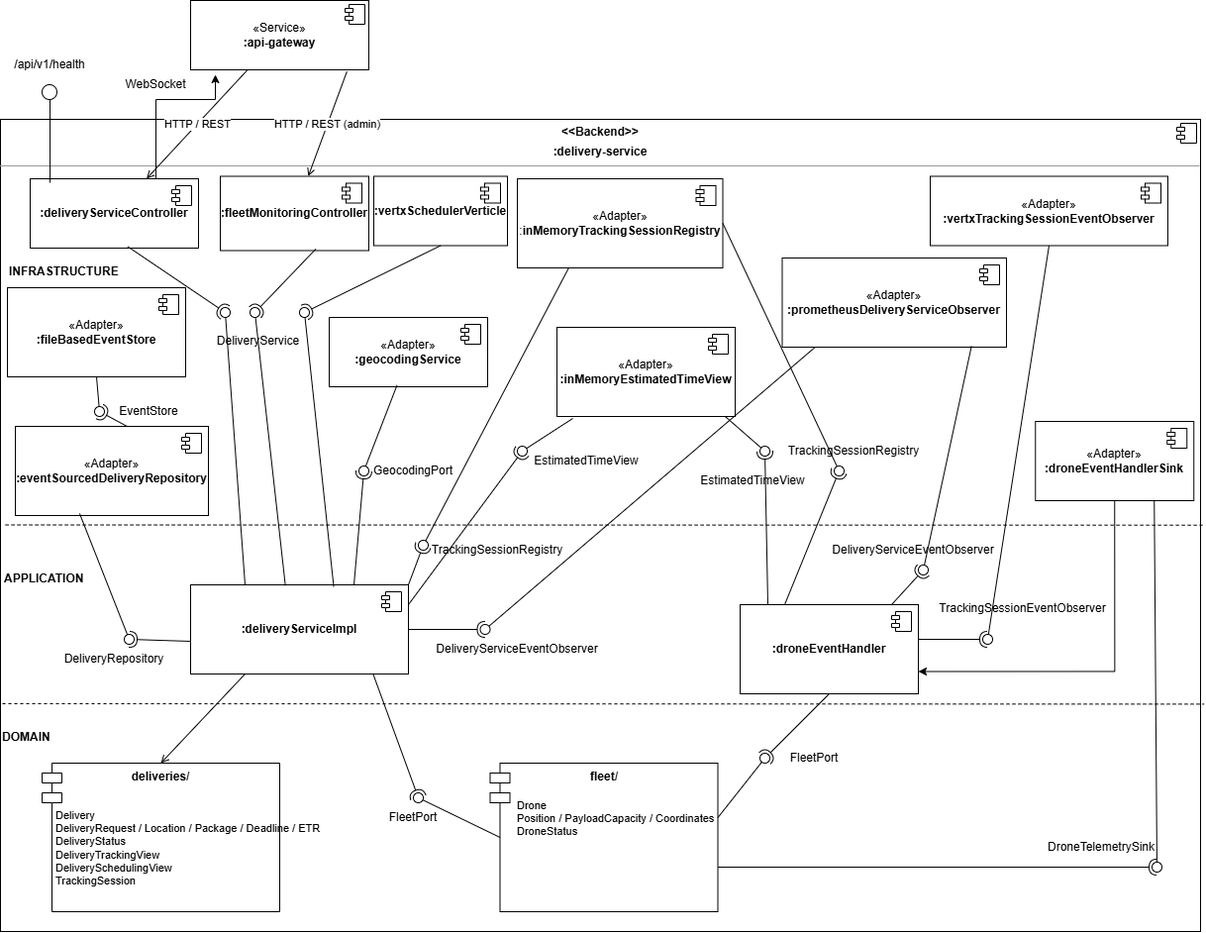
Earlier version of the draw.io export doc/delivery_service_v2.drawio.png (MarcoMoro10/SAP-Assignment2). Source tidied: cells renumbered, new cells last; positions are measured from the earlier drawing's top-left corner, leaving out a move shared by most shapes.
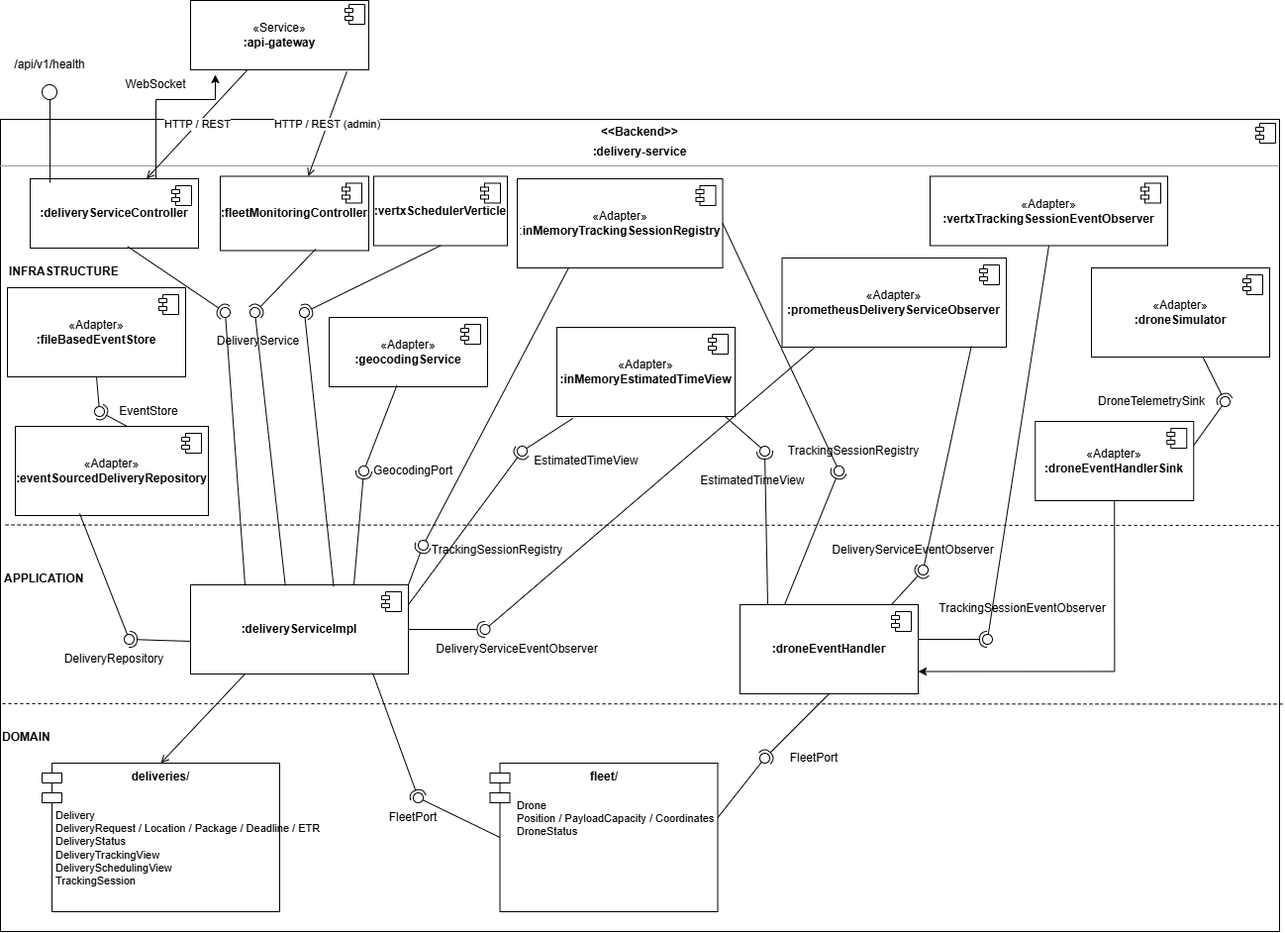
Later version of the same file.

Commit message:
Update relation and delivery service diagram

Change to the diagram source:
```diff
@@ -11,17 +11,16 @@
       </mxGeometry>
     </mxCell>
     <mxCell id="4" value="&lt;p style=&quot;margin:0px;margin-top:6px;text-align:center;&quot;&gt;&lt;b&gt;&amp;lt;&amp;lt;Backend&amp;gt;&amp;gt;&lt;/b&gt;&lt;/p&gt;&lt;p style=&quot;margin:0px;margin-top:6px;text-align:center;&quot;&gt;&lt;b&gt;:delivery-service&lt;/b&gt;&lt;/p&gt;&lt;hr size=&quot;1&quot;&gt;" style="align=left;overflow=fill;html=1;whiteSpace=wrap;verticalAlign=top;" parent="1" vertex="1">
-      <mxGeometry y="120" width="1212" height="820" as="geometry" />
+      <mxGeometry y="120" width="1292" height="820" as="geometry" />
     </mxCell>
     <mxCell id="5" style="shape=component;jettyWidth=8;jettyHeight=4;" parent="4" vertex="1">
       <mxGeometry x="1" width="20" height="20" relative="1" as="geometry">
         <mxPoint x="-24" y="4" as="offset" />
       </mxGeometry>
     </mxCell>
-    <mxCell id="6" style="endArrow=none;dashed=1;html=1;rounded=0;entryX=0.999;entryY=0.482;entryDx=0;entryDy=0;entryPerimeter=0;" parent="1" edge="1">
+    <mxCell id="6" style="endArrow=none;dashed=1;html=1;rounded=0;entryX=1;entryY=0.5;entryDx=0;entryDy=0;" parent="1" edge="1" target="4">
       <mxGeometry relative="1" as="geometry">
         <mxPoint x="5.1" y="529.5" as="sourcePoint" />
-        <mxPoint x="1213.9" y="529.7" as="targetPoint" />
       </mxGeometry>
     </mxCell>
     <mxCell id="7" style="endArrow=none;dashed=1;html=1;rounded=0;entryX=1.003;entryY=0.72;entryDx=0;entryDy=0;entryPerimeter=0;" parent="1" edge="1" target="4">
@@ -231,17 +230,17 @@
     <mxCell id="69" value="FleetPort" style="text;html=1;whiteSpace=wrap;strokeColor=none;fillColor=none;align=center;verticalAlign=middle;rounded=0;" parent="1" vertex="1">
       <mxGeometry x="792" y="750" width="60" height="30" as="geometry" />
     </mxCell>
-    <mxCell id="70" style="rounded=0;jettySize=auto;html=1;endArrow=halfCircle;endFill=0;endSize=6;strokeWidth=1;sketch=0;exitX=1;exitY=0.75;exitDx=0;exitDy=0;" parent="1" edge="1" source="29" target="72">
+    <mxCell id="70" style="rounded=0;jettySize=auto;html=1;endArrow=halfCircle;endFill=0;endSize=6;strokeWidth=1;sketch=0;" parent="1" edge="1" source="118" target="72">
       <mxGeometry relative="1" as="geometry" />
     </mxCell>
     <mxCell id="71" style="rounded=0;jettySize=auto;html=1;endArrow=oval;endFill=0;sketch=0;sourcePerimeterSpacing=0;targetPerimeterSpacing=0;endSize=10;exitX=0.75;exitY=1;exitDx=0;exitDy=0;" parent="1" edge="1" source="116" target="72">
       <mxGeometry relative="1" as="geometry" />
     </mxCell>
     <mxCell id="72" style="ellipse;whiteSpace=wrap;html=1;align=center;fillColor=none;strokeColor=none;perimeter=centerPerimeter;points=[];outlineConnect=1;" parent="1" vertex="1">
-      <mxGeometry x="1163" y="870" width="10" height="10" as="geometry" />
+      <mxGeometry x="1232" y="400" width="10" height="10" as="geometry" />
     </mxCell>
     <mxCell id="73" value="DroneTelemetrySink" style="text;html=1;whiteSpace=wrap;strokeColor=none;fillColor=none;align=center;verticalAlign=middle;rounded=0;" parent="1" vertex="1">
-      <mxGeometry x="1082" y="840" width="60" height="30" as="geometry" />
+      <mxGeometry x="1133" y="390" width="60" height="30" as="geometry" />
     </mxCell>
     <mxCell id="74" style="edgeStyle=orthogonalEdgeStyle;rounded=0;jettySize=auto;html=1;exitX=0.5;exitY=0;exitDx=0;exitDy=0;entryX=0.139;entryY=1.071;entryDx=0;entryDy=0;entryPerimeter=0;" parent="1" edge="1" source="11" target="2">
       <mxGeometry relative="1" as="geometry">
@@ -398,5 +397,13 @@
         <mxPoint x="-27" y="7" as="offset" />
       </mxGeometry>
     </mxCell>
+    <mxCell id="118" value="«Adapter»&lt;br&gt;&lt;b&gt;:droneSimulator&lt;/b&gt;" style="html=1;whiteSpace=wrap;" parent="1" vertex="1">
+      <mxGeometry x="1102" y="270" width="180" height="90" as="geometry" />
+    </mxCell>
+    <mxCell id="119" style="shape=module;jettyWidth=8;jettyHeight=4;" parent="118" vertex="1">
+      <mxGeometry x="1" width="20" height="20" relative="1" as="geometry">
+        <mxPoint x="-27" y="7" as="offset" />
+      </mxGeometry>
+    </mxCell>
   </root>
 </mxGraphModel>
```
